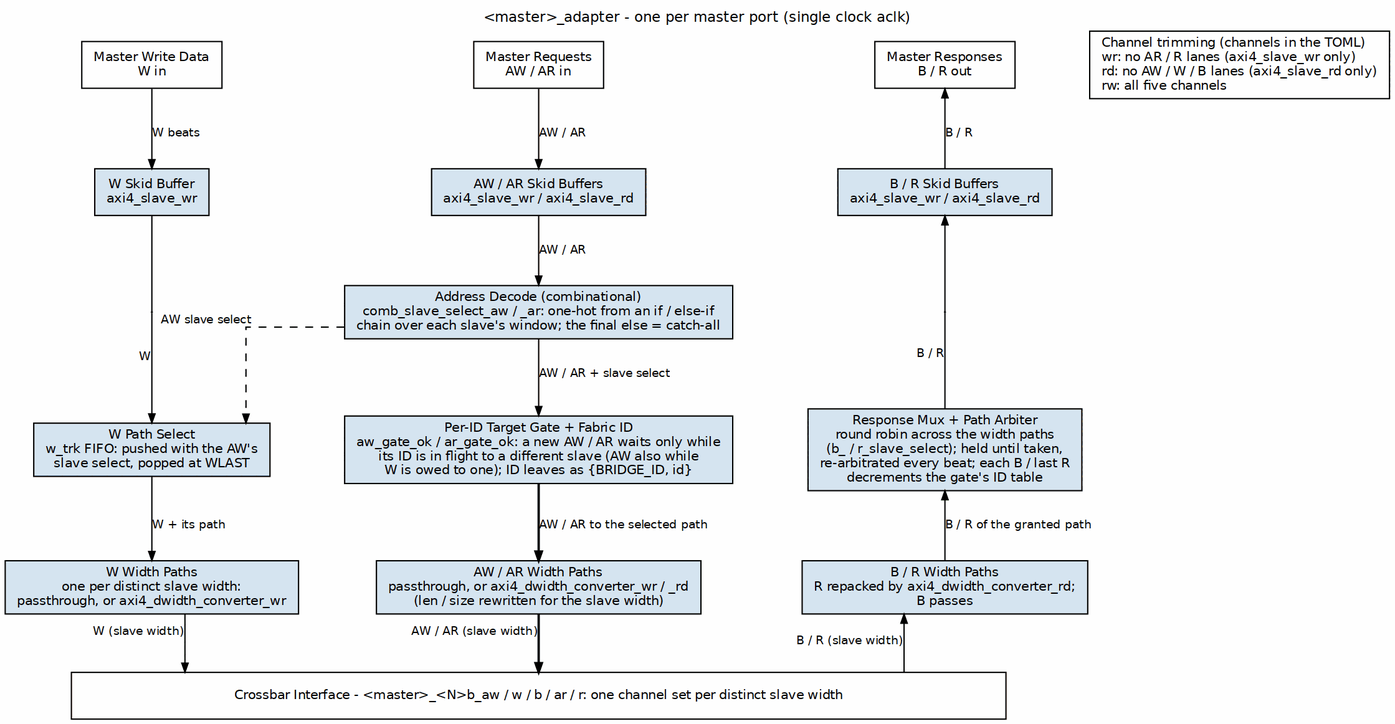
Earlier version of the Graphviz export projects/components/fabric-gen-ip/bridge/docs/bridge_mas/assets/graphviz/master_adapter.png (sean-galloway/RTLDesignSherpa). Its source is kept beside it as projects/components/fabric-gen-ip/bridge/docs/bridge_mas/assets/graphviz/master_adapter.dot.
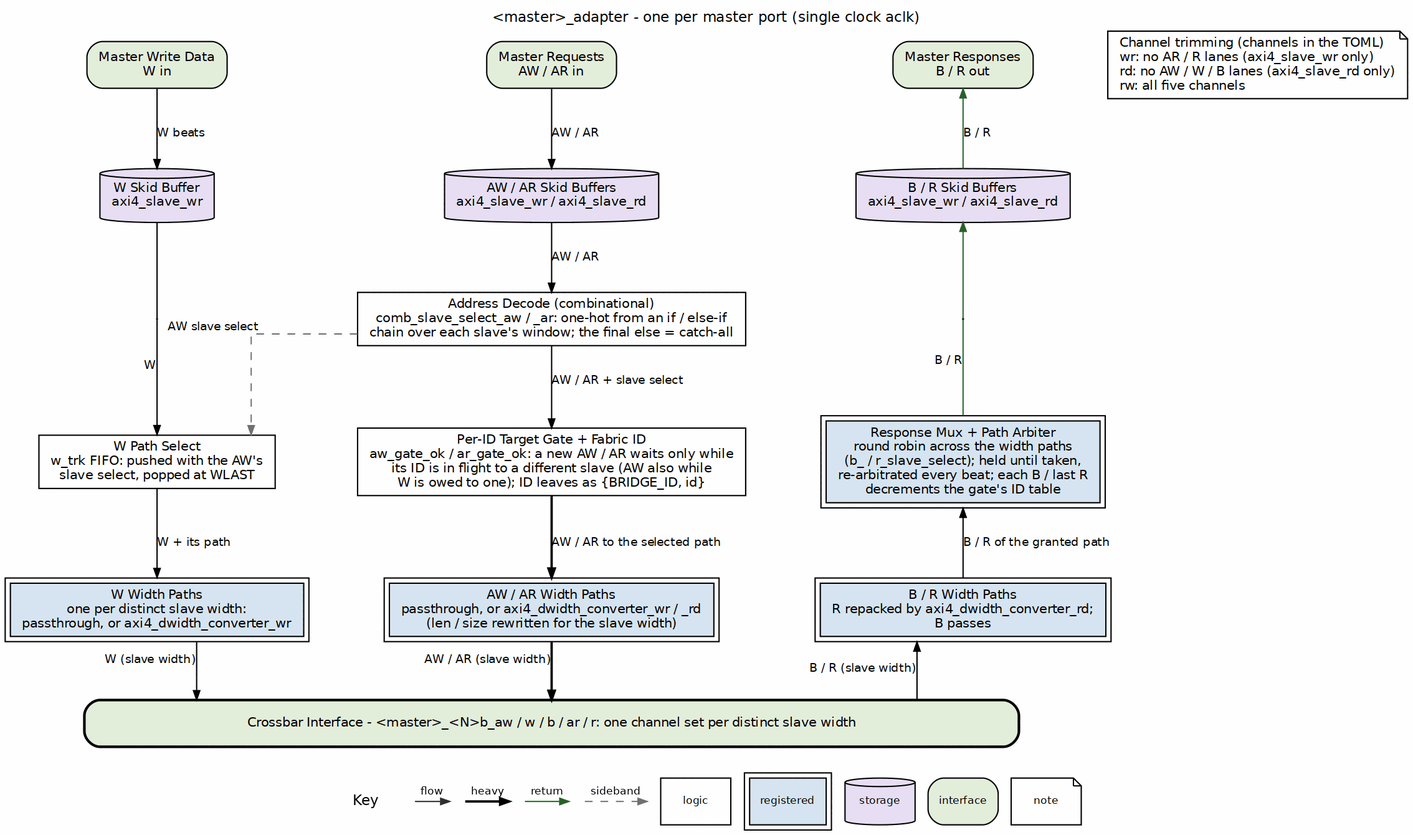
After the commit.

The edit, as a diff of the source:
```diff
@@ -3,41 +3,41 @@
            nodesep="0.40", ranksep="0.60", splines=ortho, labelloc=t,
            label="<master>_adapter - one per master port (single clock aclk)"];
     node  [fontname="Helvetica", fontsize=10, shape=box, style=filled,
-           fillcolor="#D6E4F0", color="black", margin="0.12,0.06"];
+           fillcolor="white", color="black", margin="0.12,0.06"];
     edge  [fontname="Helvetica", fontsize=9, color="black", arrowsize=0.7];
 
-    pw [label="Master Write Data\nW in", fillcolor="white", group=L];
-    pc [label="Master Requests\nAW / AR in", fillcolor="white", group=C];
-    pr [label="Master Responses\nB / R out", fillcolor="white", group=R];
-    legend [label="Channel trimming (channels in the TOML)\lwr: no AR / R lanes (axi4_slave_wr only)\lrd: no AW / W / B lanes (axi4_slave_rd only)\lrw: all five channels\l", fillcolor="white"];
+    pw [label="Master Write Data\nW in", fillcolor="white", group=L, style="rounded,filled", fillcolor="#E2EFDA"];
+    pc [label="Master Requests\nAW / AR in", fillcolor="white", group=C, style="rounded,filled", fillcolor="#E2EFDA"];
+    pr [label="Master Responses\nB / R out", fillcolor="white", group=R, style="rounded,filled", fillcolor="#E2EFDA"];
+    legend [label="Channel trimming (channels in the TOML)\lwr: no AR / R lanes (axi4_slave_wr only)\lrd: no AW / W / B lanes (axi4_slave_rd only)\lrw: all five channels\l", fillcolor="white", shape=note];
     { rank=same; pw; pc; pr; legend; }
     pw -> pc -> pr -> legend [style=invis];
 
-    sw [label="W Skid Buffer\naxi4_slave_wr", group=L];
-    sc [label="AW / AR Skid Buffers\naxi4_slave_wr / axi4_slave_rd", group=C];
-    sr [label="B / R Skid Buffers\naxi4_slave_wr / axi4_slave_rd", group=R];
+    sw [label="W Skid Buffer\naxi4_slave_wr", group=L, shape=cylinder, style="filled", fillcolor="#E8DFF5"];
+    sc [label="AW / AR Skid Buffers\naxi4_slave_wr / axi4_slave_rd", group=C, shape=cylinder, style="filled", fillcolor="#E8DFF5"];
+    sr [label="B / R Skid Buffers\naxi4_slave_wr / axi4_slave_rd", group=R, shape=cylinder, style="filled", fillcolor="#E8DFF5"];
     { rank=same; sw; sc; sr; }
     sw -> sc -> sr [style=invis];
 
     p1l [shape=point, width=0.01, label="", group=L];
-    dec [label="Address Decode (combinational)\ncomb_slave_select_aw / _ar: one-hot from an if / else-if\nchain over each slave's window; the final else = catch-all", group=C];
+    dec [label="Address Decode (combinational)\ncomb_slave_select_aw / _ar: one-hot from an if / else-if\nchain over each slave's window; the final else = catch-all", group=C, style="filled", fillcolor="white"];
     p1r [shape=point, width=0.01, label="", group=R];
     { rank=same; p1l; dec; p1r; }
     p1l -> dec -> p1r [style=invis];
 
-    wsel [label="W Path Select\nw_trk FIFO: pushed with the AW's\nslave select, popped at WLAST", group=L];
-    gate [label="Per-ID Target Gate + Fabric ID\naw_gate_ok / ar_gate_ok: a new AW / AR waits only while\nits ID is in flight to a different slave (AW also while\nW is owed to one); ID leaves as {BRIDGE_ID, id}", group=C];
-    rmux [label="Response Mux + Path Arbiter\nround robin across the width paths\n(b_ / r_slave_select); held until taken,\nre-arbitrated every beat; each B / last R\ndecrements the gate's ID table", group=R];
+    wsel [label="W Path Select\nw_trk FIFO: pushed with the AW's\nslave select, popped at WLAST", group=L, style="filled", fillcolor="white"];
+    gate [label="Per-ID Target Gate + Fabric ID\naw_gate_ok / ar_gate_ok: a new AW / AR waits only while\nits ID is in flight to a different slave (AW also while\nW is owed to one); ID leaves as {BRIDGE_ID, id}", group=C, style="filled", fillcolor="white"];
+    rmux [label="Response Mux + Path Arbiter\nround robin across the width paths\n(b_ / r_slave_select); held until taken,\nre-arbitrated every beat; each B / last R\ndecrements the gate's ID table", group=R, peripheries=2, style="filled", fillcolor="#D6E4F0"];
     { rank=same; wsel; gate; rmux; }
     wsel -> gate -> rmux [style=invis];
 
-    wl [label="W Width Paths\none per distinct slave width:\npassthrough, or axi4_dwidth_converter_wr", group=L];
-    cl [label="AW / AR Width Paths\npassthrough, or axi4_dwidth_converter_wr / _rd\n(len / size rewritten for the slave width)", group=C];
-    rl [label="B / R Width Paths\nR repacked by axi4_dwidth_converter_rd;\nB passes", group=R];
+    wl [label="W Width Paths\none per distinct slave width:\npassthrough, or axi4_dwidth_converter_wr", group=L, peripheries=2, style="filled", fillcolor="#D6E4F0"];
+    cl [label="AW / AR Width Paths\npassthrough, or axi4_dwidth_converter_wr / _rd\n(len / size rewritten for the slave width)", group=C, peripheries=2, style="filled", fillcolor="#D6E4F0"];
+    rl [label="B / R Width Paths\nR repacked by axi4_dwidth_converter_rd;\nB passes", group=R, peripheries=2, style="filled", fillcolor="#D6E4F0"];
     { rank=same; wl; cl; rl; }
     wl -> cl -> rl [style=invis];
 
-    bar [label="Crossbar Interface - <master>_<N>b_aw / w / b / ar / r: one channel set per distinct slave width", fillcolor="white", width=10, group=C];
+    bar [label="Crossbar Interface - <master>_<N>b_aw / w / b / ar / r: one channel set per distinct slave width", fillcolor="white", width=10, group=C, style="rounded,filled,bold", fillcolor="#E2EFDA"];
 
     pw -> sw [label="W beats"];
     sw -> p1l [dir=none];
@@ -51,11 +51,11 @@
     gate -> cl [label="AW / AR to the selected path", penwidth=1.8];
     cl -> bar [xlabel="AW / AR (slave width)", penwidth=1.8];
 
-    pr -> sr [dir=back, label="B / R"];
-    sr -> p1r [dir=back];
-    p1r -> rmux [dir=none, xlabel="B / R"];
+    pr -> sr [color="#1A7A1A", dir=back, label="B / R"];
+    sr -> p1r [color="#1A7A1A", dir=back];
+    p1r -> rmux [color="#1A7A1A", dir=none, xlabel="B / R"];
     rmux -> rl [dir=back, label="B / R of the granted path"];
     rl -> bar [dir=back, xlabel="B / R (slave width)"];
 
-    dec -> wsel [style=dashed, xlabel="AW slave select"];
+    dec -> wsel [style=dashed, color="#777777", xlabel="AW slave select"];
 }
```
